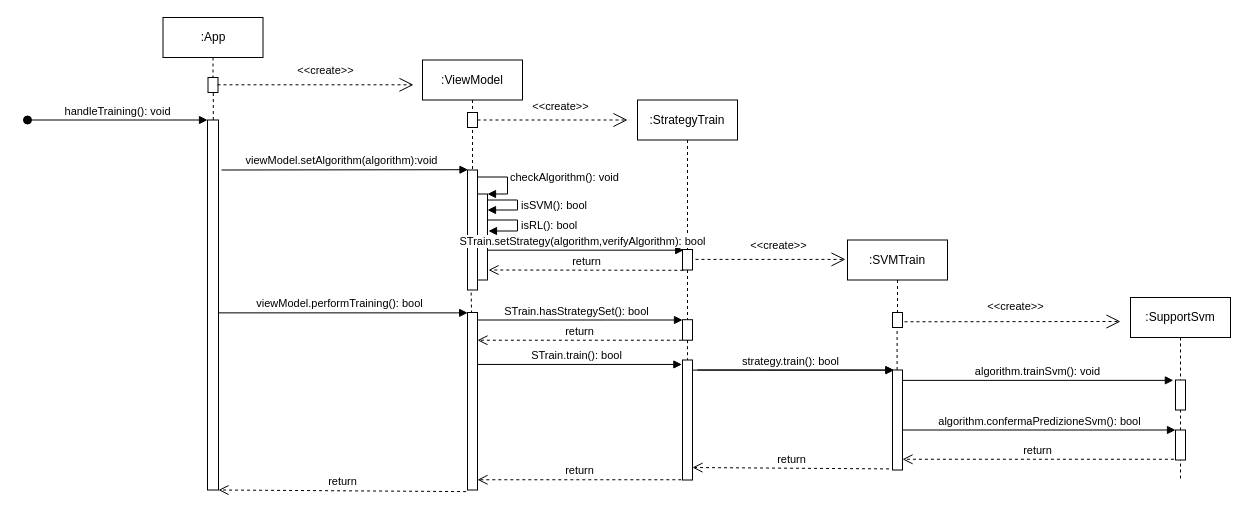
Above: Diagrams/Sequence_diagrams/trainSVM.drawio in teamafkSWE/PredireInGrafana-docs (draw.io), before the change. Source tidied: cells renumbered, new cells numbered last; positions are measured from the earlier drawing's top-left corner, leaving out a move shared by most shapes. Both pictures are drawn from the tidied source at 100%, with x=0, y=0 at pixel (27, 17).
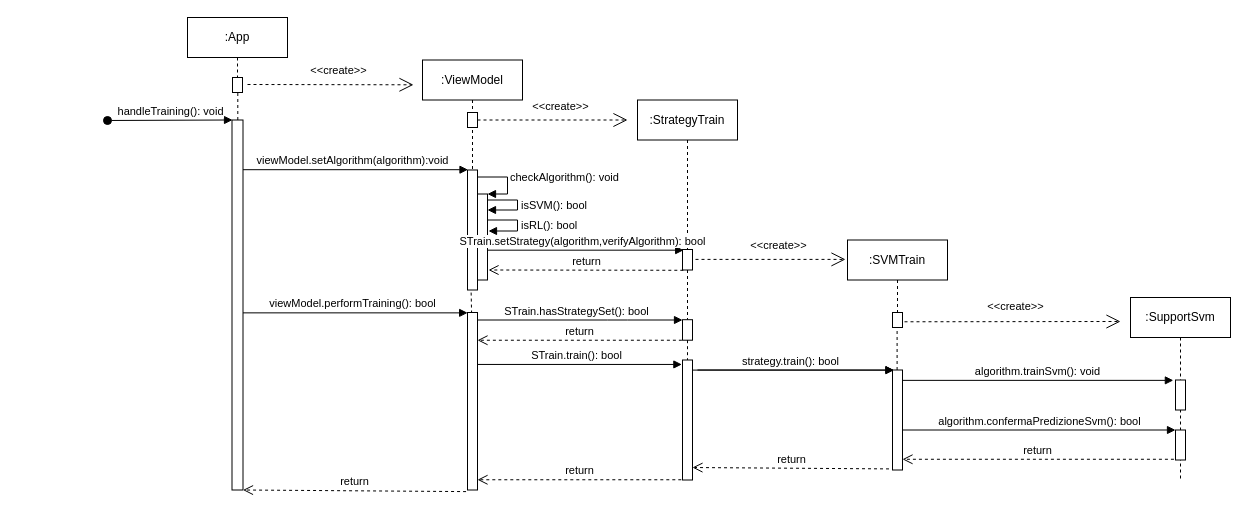
After the change.

What changed in the source:
```diff
@@
     <mxCell id="2" style="html=1;points=[];perimeter=orthogonalPerimeter;" parent="1" vertex="1">
-      <mxGeometry x="180" y="102.5" width="11" height="370" as="geometry" />
+      <mxGeometry x="204.5" y="102.5" width="11" height="370" as="geometry" />
     </mxCell>
@@
     <mxCell id="4" value=":App" style="shape=umlLifeline;perimeter=lifelinePerimeter;whiteSpace=wrap;html=1;" parent="1" vertex="1">
-      <mxGeometry x="135.5" width="100" height="60" as="geometry" />
+      <mxGeometry x="160" width="100" height="60" as="geometry" />
     </mxCell>
     <mxCell id="5" value="handleTraining(): void" style="html=1;verticalAlign=bottom;startArrow=oval;endArrow=block;startSize=8;" parent="1" edge="1">
       <mxGeometry relative="1" as="geometry">
-        <mxPoint y="102.5" as="sourcePoint" />
-        <mxPoint x="180" y="102.5" as="targetPoint" />
+        <mxPoint x="80" y="103" as="sourcePoint" />
+        <mxPoint x="205" y="102.5" as="targetPoint" />
       </mxGeometry>
     </mxCell>
@@
-    <mxCell id="18" value="viewModel.setAlgorithm(algorithm):void" style="html=1;verticalAlign=bottom;endArrow=block;entryX=-0.25;entryY=0.129;entryDx=0;entryDy=0;entryPerimeter=0;" parent="1" edge="1">
+    <mxCell id="18" value="viewModel.setAlgorithm(algorithm):void" style="html=1;verticalAlign=bottom;endArrow=block;entryX=-0.25;entryY=0.129;entryDx=0;entryDy=0;entryPerimeter=0;" parent="1" edge="1" source="2">
       <mxGeometry x="-0.03" relative="1" as="geometry">
-        <mxPoint x="194" y="152.5" as="sourcePoint" />
         <mxPoint x="440.5" y="152.2" as="targetPoint" />
       </mxGeometry>
     </mxCell>
@@
     <mxCell id="44" style="html=1;points=[];perimeter=orthogonalPerimeter;" parent="1" vertex="1">
-      <mxGeometry x="180.5" y="60" width="10" height="15" as="geometry" />
+      <mxGeometry x="205" y="60" width="10" height="15" as="geometry" />
     </mxCell>
     <mxCell id="45" value="&amp;lt;&amp;lt;create&amp;gt;&amp;gt;" style="endArrow=open;endSize=12;dashed=1;html=1;" parent="1" edge="1">
       <mxGeometry x="0.1" y="14" relative="1" as="geometry">
-        <mxPoint x="190" y="67.3" as="sourcePoint" />
+        <mxPoint x="220" y="67" as="sourcePoint" />
         <mxPoint x="386" y="67.3" as="targetPoint" />
       </mxGeometry>
     </mxCell>
```
